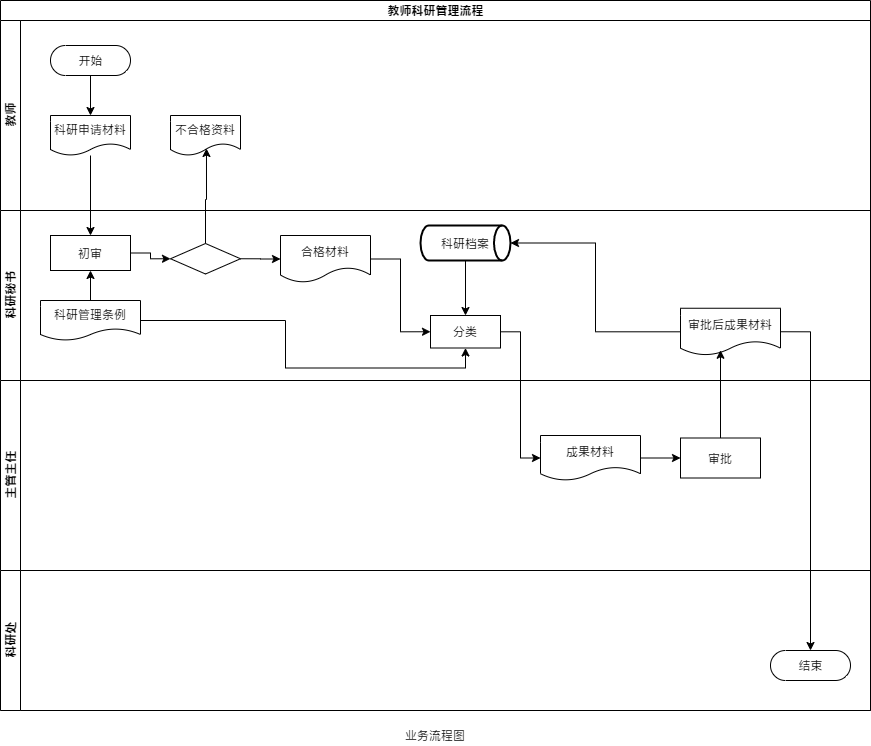
Before: 管理流程图.png, a diagram exported from draw.io (dreamMilk/diagram). Source tidied: cells renumbered, new cells last; positions are measured from the earlier drawing's top-left corner, leaving out a move shared by most shapes.
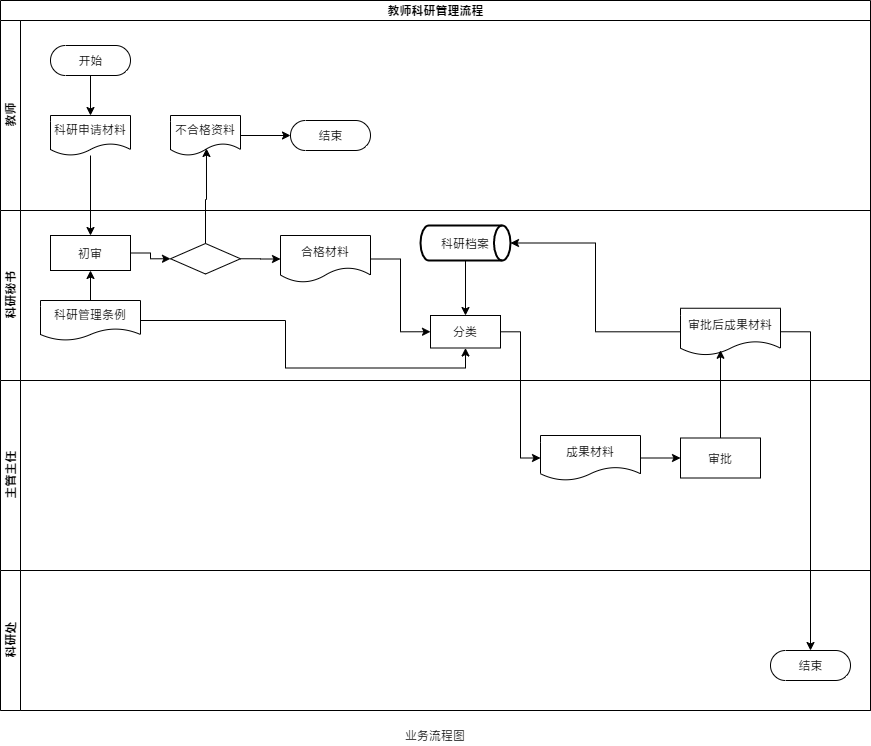
Later version of the same file.

Commit message:
已添加 管理流程图.png

What changed in the source:
```diff
@@ -11,6 +11,9 @@
     <mxCell id="4" value="教师" style="swimlane;html=1;startSize=20;horizontal=0;" parent="3" vertex="1">
       <mxGeometry y="20" width="870" height="190" as="geometry" />
     </mxCell>
+    <mxCell id="35" style="edgeStyle=orthogonalEdgeStyle;rounded=0;jettySize=auto;html=1;entryX=0;entryY=0.5;entryDx=0;entryDy=0;entryPerimeter=0;" parent="4" edge="1" source="5" target="36">
+      <mxGeometry relative="1" as="geometry" />
+    </mxCell>
     <mxCell id="5" value="不合格资料" style="shape=document;whiteSpace=wrap;html=1;boundedLbl=1;" parent="4" vertex="1">
       <mxGeometry x="170" y="95" width="70" height="40" as="geometry" />
     </mxCell>
@@ -23,6 +26,9 @@
     <mxCell id="8" value="开始" style="html=1;dashed=0;whitespace=wrap;shape=mxgraph.dfd.start;" parent="4" vertex="1">
       <mxGeometry x="50" y="25" width="80" height="30" as="geometry" />
     </mxCell>
+    <mxCell id="36" value="结束" style="html=1;dashed=0;whitespace=wrap;shape=mxgraph.dfd.start;" parent="4" vertex="1">
+      <mxGeometry x="290" y="100" width="80" height="30" as="geometry" />
+    </mxCell>
     <mxCell id="9" value="科研秘书" style="swimlane;html=1;startSize=20;horizontal=0;" parent="3" vertex="1">
       <mxGeometry y="210" width="870" height="170" as="geometry" />
     </mxCell>
```
